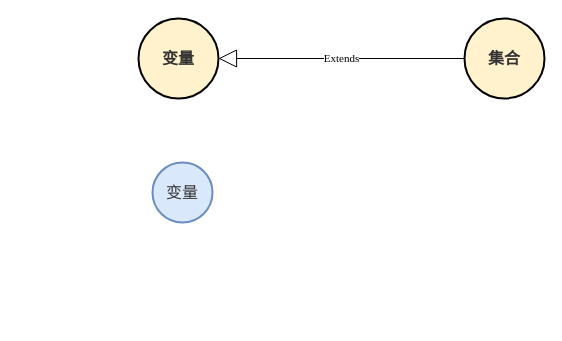
Earlier version of the draw.io diagram page "构式" (5 of 5) of Notes/概念/概念与语言.drawio (EntelechySystem/EntelechySystem_theory). Source tidied: cells renumbered, new cells numbered last; positions are measured from the earlier drawing's top-left corner, leaving out a move shared by most shapes. Both pictures are drawn from the tidied source at 100%, with x=0, y=0 at pixel (138, 18).
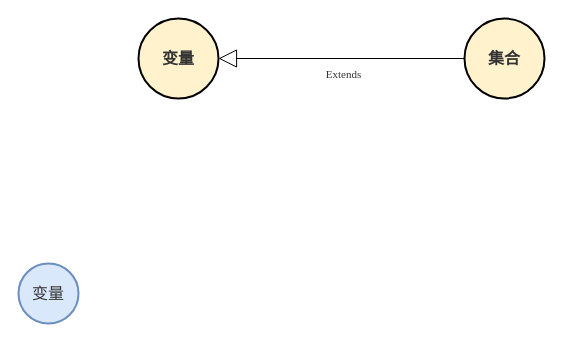
The same diagram, later.

The edit, as a diff of the source:
```diff
@@
 <mxGraphModel>
   <root>
     <mxCell id="0" />
     <mxCell id="1" parent="0" />
     <mxCell id="2" value="变量" style="ellipse;whiteSpace=wrap;html=1;fontFamily=Times New Roman;fontSize=16;align=center;strokeColor=#6c8ebf;fillColor=#dae8fc;strokeWidth=2;comic=0;labelBorderColor=none;fontColor=#333333;glass=0;" parent="1" vertex="1">
-      <mxGeometry x="14" y="144" width="60" height="60" as="geometry" />
+      <mxGeometry x="-120" y="245" width="60" height="60" as="geometry" />
     </mxCell>
     <mxCell id="3" value="&lt;font style=&quot;font-size: 16px;&quot;&gt;变量&lt;br&gt;&lt;/font&gt;" style="ellipse;whiteSpace=wrap;html=1;fontFamily=Times New Roman;fontSize=12;fontColor=#333333;align=center;strokeColor=default;fillColor=#fff2cc;strokeWidth=2;fontStyle=1;" parent="1" vertex="1">
       <mxGeometry width="80" height="80" as="geometry" />
     </mxCell>
     <mxCell id="4" value="&lt;font style=&quot;font-size: 16px;&quot;&gt;集合&lt;br&gt;&lt;/font&gt;" style="ellipse;whiteSpace=wrap;html=1;fontFamily=Times New Roman;fontSize=12;fontColor=#333333;align=center;strokeColor=default;fillColor=#fff2cc;strokeWidth=2;fontStyle=1;" parent="1" vertex="1">
       <mxGeometry x="326" width="80" height="80" as="geometry" />
     </mxCell>
-    <mxCell id="5" value="Extends" style="endArrow=block;endSize=16;endFill=0;html=1;rounded=0;fontFamily=Times New Roman;" parent="1" edge="1" source="4" target="3">
-      <mxGeometry relative="1" as="geometry" />
+    <mxCell id="5" value="Extends" style="endArrow=block;endSize=16;endFill=0;html=1;rounded=0;fontFamily=Times New Roman;fontColor=#333333;" parent="1" edge="1" source="4" target="3">
+      <mxGeometry x="-0.02" y="16" relative="1" as="geometry" />
     </mxCell>
   </root>
 </mxGraphModel>
```
